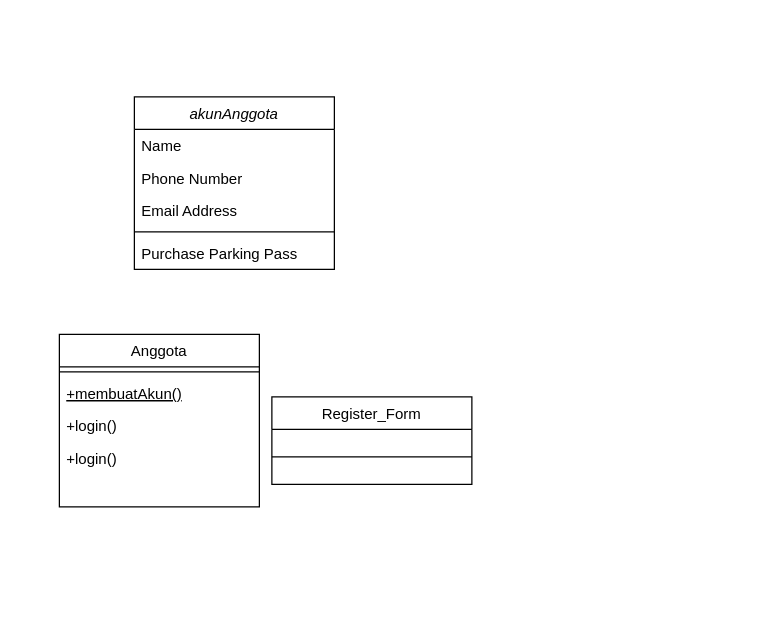
This is ADSI Pert 6.drawio from irfanshow/UML, a draw.io file, before an edit. Source tidied: cells renumbered, new cells numbered last; positions are measured from the earlier drawing's top-left corner, leaving out a move shared by most shapes. Both pictures are drawn from the tidied source at 125%, with x=0, y=0 at pixel (59, 96).
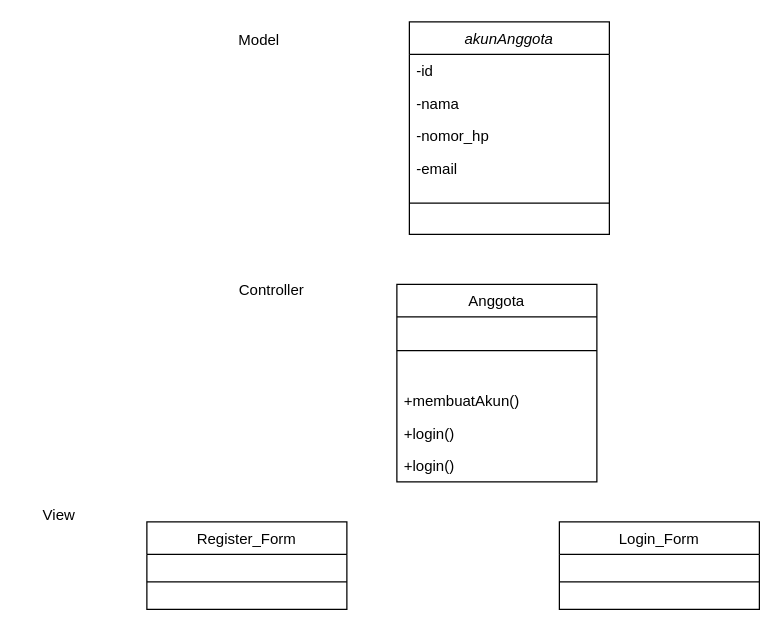
Above is the later version.

What changed in the source:
```diff
@@
 <mxGraphModel>
   <root>
     <mxCell id="0" />
     <mxCell id="1" parent="0" />
     <mxCell id="2" value="akunAnggota" style="swimlane;fontStyle=2;align=center;verticalAlign=top;horizontal=1;startSize=26;rounded=0;shadow=0;strokeWidth=1;" parent="1" vertex="1">
-      <mxGeometry x="60" width="160" height="138" as="geometry" />
+      <mxGeometry x="280" y="-60" width="160" height="170" as="geometry" />
     </mxCell>
+    <mxCell id="15" value="-id" style="text;align=left;verticalAlign=top;spacingLeft=4;spacingRight=4;overflow=hidden;" parent="2" vertex="1">
+      <mxGeometry y="26" width="160" height="26" as="geometry" />
+    </mxCell>
-    <mxCell id="3" value="Name" style="text;align=left;verticalAlign=top;spacingLeft=4;spacingRight=4;overflow=hidden;" parent="2" vertex="1">
-      <mxGeometry y="26" width="160" height="26" as="geometry" />
+    <mxCell id="3" value="-nama" style="text;align=left;verticalAlign=top;spacingLeft=4;spacingRight=4;overflow=hidden;" parent="2" vertex="1">
+      <mxGeometry y="52" width="160" height="26" as="geometry" />
     </mxCell>
-    <mxCell id="4" value="Phone Number" style="text;align=left;verticalAlign=top;spacingLeft=4;spacingRight=4;overflow=hidden;rounded=0;shadow=0;html=0;" parent="2" vertex="1">
-      <mxGeometry y="52" width="160" height="26" as="geometry" />
+    <mxCell id="4" value="-nomor_hp" style="text;align=left;verticalAlign=top;spacingLeft=4;spacingRight=4;overflow=hidden;rounded=0;shadow=0;html=0;" parent="2" vertex="1">
+      <mxGeometry y="78" width="160" height="26" as="geometry" />
     </mxCell>
-    <mxCell id="5" value="Email Address" style="text;align=left;verticalAlign=top;spacingLeft=4;spacingRight=4;overflow=hidden;rounded=0;shadow=0;html=0;" parent="2" vertex="1">
-      <mxGeometry y="78" width="160" height="26" as="geometry" />
+    <mxCell id="5" value="-email" style="text;align=left;verticalAlign=top;spacingLeft=4;spacingRight=4;overflow=hidden;rounded=0;shadow=0;html=0;" parent="2" vertex="1">
+      <mxGeometry y="104" width="160" height="26" as="geometry" />
     </mxCell>
     <mxCell id="6" style="line;html=1;strokeWidth=1;align=left;verticalAlign=middle;spacingTop=-1;spacingLeft=3;spacingRight=3;labelPosition=right;" parent="2" vertex="1">
-      <mxGeometry y="104" width="160" height="8" as="geometry" />
+      <mxGeometry y="130" width="160" height="30" as="geometry" />
     </mxCell>
-    <mxCell id="7" value="Purchase Parking Pass" style="text;align=left;verticalAlign=top;spacingLeft=4;spacingRight=4;overflow=hidden;" parent="2" vertex="1">
-      <mxGeometry y="112" width="160" height="26" as="geometry" />
-    </mxCell>
     <mxCell id="8" value="Anggota" style="swimlane;fontStyle=0;align=center;verticalAlign=top;horizontal=1;startSize=26;rounded=0;shadow=0;strokeWidth=1;" parent="1" vertex="1">
-      <mxGeometry y="190" width="160" height="138" as="geometry" />
+      <mxGeometry x="270" y="150" width="160" height="158" as="geometry" />
     </mxCell>
     <mxCell id="9" style="line;html=1;strokeWidth=1;align=left;verticalAlign=middle;spacingTop=-1;spacingLeft=3;spacingRight=3;labelPosition=right;" parent="8" vertex="1">
-      <mxGeometry y="26" width="160" height="8" as="geometry" />
+      <mxGeometry y="26" width="160" height="54" as="geometry" />
     </mxCell>
-    <mxCell id="10" value="+membuatAkun()" style="text;align=left;verticalAlign=top;spacingLeft=4;spacingRight=4;overflow=hidden;fontStyle=4;" parent="8" vertex="1">
-      <mxGeometry y="34" width="160" height="26" as="geometry" />
+    <mxCell id="10" value="+membuatAkun()" style="text;align=left;verticalAlign=top;spacingLeft=4;spacingRight=4;overflow=hidden;fontStyle=0;" parent="8" vertex="1">
+      <mxGeometry y="80" width="160" height="26" as="geometry" />
     </mxCell>
     <mxCell id="11" value="+login() " style="text;align=left;verticalAlign=top;spacingLeft=4;spacingRight=4;overflow=hidden;" parent="8" vertex="1">
-      <mxGeometry y="60" width="160" height="26" as="geometry" />
+      <mxGeometry y="106" width="160" height="26" as="geometry" />
     </mxCell>
     <mxCell id="12" value="+login() " style="text;align=left;verticalAlign=top;spacingLeft=4;spacingRight=4;overflow=hidden;" parent="8" vertex="1">
-      <mxGeometry y="86" width="160" height="26" as="geometry" />
+      <mxGeometry y="132" width="160" height="26" as="geometry" />
     </mxCell>
     <mxCell id="13" value="Register_Form" style="swimlane;fontStyle=0;align=center;verticalAlign=top;horizontal=1;startSize=26;rounded=0;shadow=0;strokeWidth=1;" parent="1" vertex="1">
-      <mxGeometry x="170" y="240" width="160" height="70" as="geometry" />
+      <mxGeometry x="70" y="340" width="160" height="70" as="geometry" />
     </mxCell>
     <mxCell id="14" style="line;html=1;strokeWidth=1;align=left;verticalAlign=middle;spacingTop=-1;spacingLeft=3;spacingRight=3;labelPosition=right;" parent="13" vertex="1">
       <mxGeometry y="26" width="160" height="44" as="geometry" />
     </mxCell>
+    <mxCell id="16" value="Login_Form" style="swimlane;fontStyle=0;align=center;verticalAlign=top;horizontal=1;startSize=26;rounded=0;shadow=0;strokeWidth=1;" parent="1" vertex="1">
+      <mxGeometry x="400" y="340" width="160" height="70" as="geometry" />
+    </mxCell>
+    <mxCell id="17" style="line;html=1;strokeWidth=1;align=left;verticalAlign=middle;spacingTop=-1;spacingLeft=3;spacingRight=3;labelPosition=right;" parent="16" vertex="1">
+      <mxGeometry y="26" width="160" height="44" as="geometry" />
+    </mxCell>
+    <mxCell id="18" value="Model" style="text;html=1;strokeColor=none;fillColor=none;align=center;verticalAlign=middle;whiteSpace=wrap;rounded=0;" parent="1" vertex="1">
+      <mxGeometry x="130" y="-60" width="60" height="30" as="geometry" />
+    </mxCell>
+    <mxCell id="19" value="Controller" style="text;html=1;strokeColor=none;fillColor=none;align=center;verticalAlign=middle;whiteSpace=wrap;rounded=0;" parent="1" vertex="1">
+      <mxGeometry x="140" y="140" width="60" height="30" as="geometry" />
+    </mxCell>
+    <mxCell id="20" value="View" style="text;html=1;strokeColor=none;fillColor=none;align=center;verticalAlign=middle;whiteSpace=wrap;rounded=0;" parent="1" vertex="1">
+      <mxGeometry x="-30" y="320" width="60" height="30" as="geometry" />
+    </mxCell>
   </root>
 </mxGraphModel>
```
